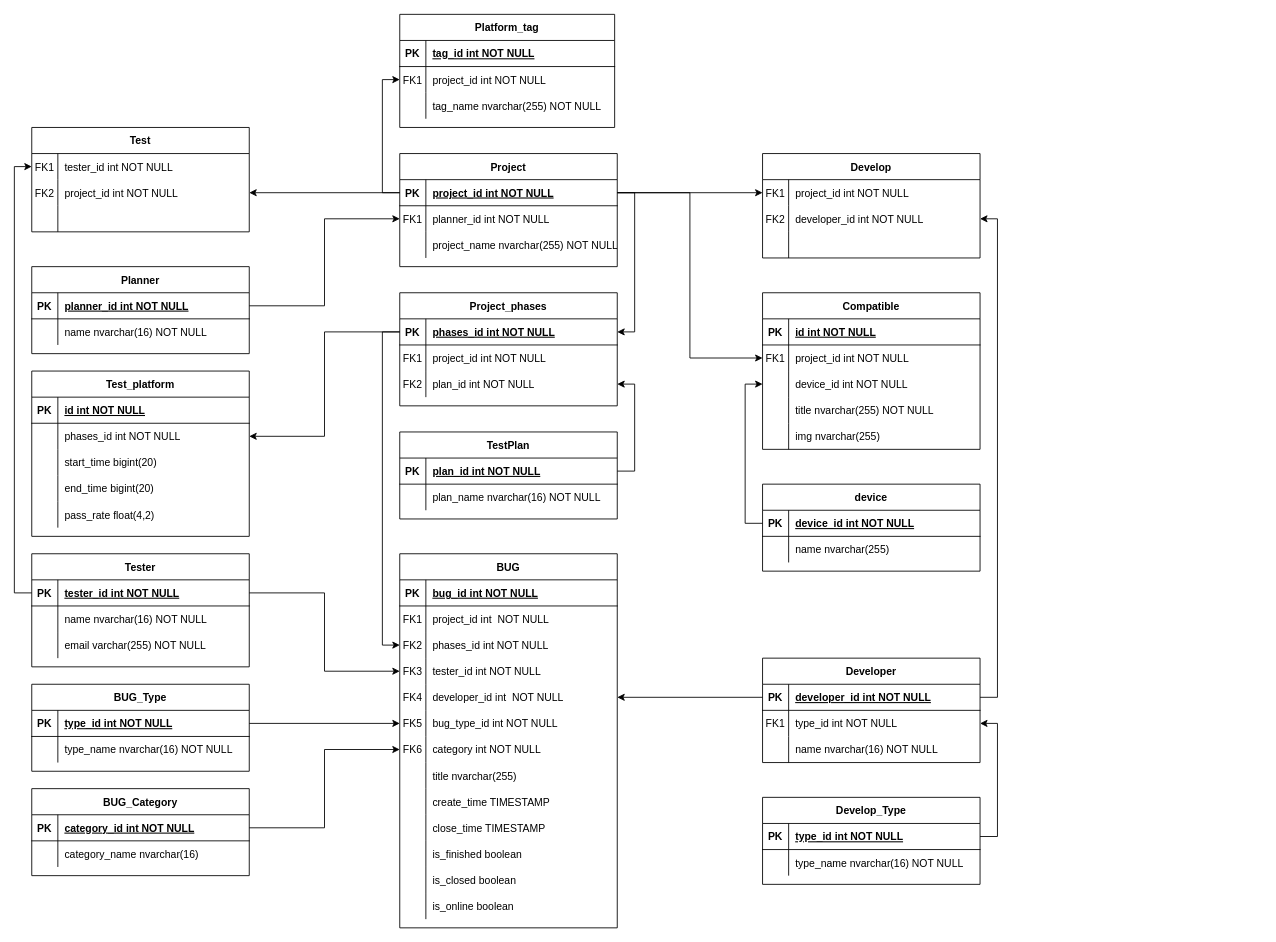
Before: page "v3" (3 of 4) of doc/Sheet.drawio in NaoOtosaka/StatisticForTester, a draw.io diagram. Source tidied: cells renumbered, new cells numbered last; positions are measured from the earlier drawing's top-left corner, leaving out a move shared by most shapes. Both pictures are drawn from the tidied source at 87%, with x=0, y=0 at pixel (31, 14).
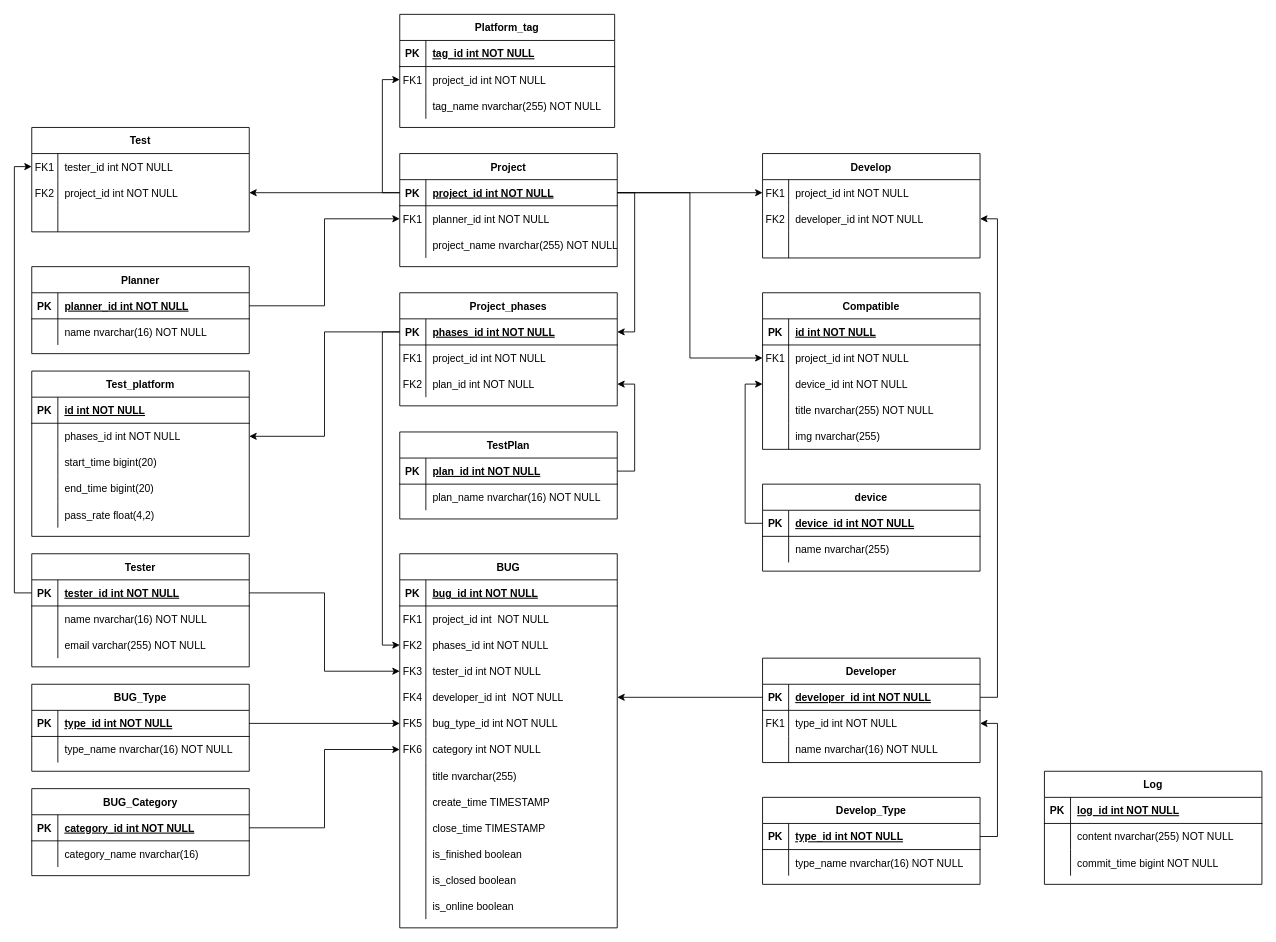
The same diagram, later.

Diff of the diagram source:
```diff
@@
+    <mxCell id="203" value="Log" style="shape=table;startSize=30;childLayout=tableLayout;rowLines=0;fontStyle=1;align=center;" parent="1" vertex="1">
+      <mxGeometry x="1164" y="870" width="250" height="130" as="geometry" />
+    </mxCell>
+    <mxCell id="204" style="shape=partialRectangle;fillColor=none;top=0;left=0;right=0;bottom=1;" parent="203" vertex="1">
+      <mxGeometry y="30" width="250" height="30" as="geometry" />
+    </mxCell>
+    <mxCell id="205" value="PK" style="shape=partialRectangle;overflow=hidden;fillColor=none;top=0;left=0;bottom=0;right=0;fontStyle=1;" parent="204" vertex="1">
+      <mxGeometry width="30" height="30" as="geometry" />
+    </mxCell>
+    <mxCell id="206" value="log_id int NOT NULL " style="shape=partialRectangle;overflow=hidden;fillColor=none;top=0;left=0;bottom=0;right=0;align=left;spacingLeft=6;fontStyle=5;" parent="204" vertex="1">
+      <mxGeometry x="30" width="220" height="30" as="geometry" />
+    </mxCell>
+    <mxCell id="207" style="shape=partialRectangle;fillColor=none;top=0;left=0;right=0;bottom=0;" parent="203" vertex="1">
+      <mxGeometry y="60" width="250" height="30" as="geometry" />
+    </mxCell>
+    <mxCell id="208" style="shape=partialRectangle;overflow=hidden;fillColor=none;top=0;left=0;bottom=0;right=0;" parent="207" vertex="1">
+      <mxGeometry width="30" height="30" as="geometry" />
+    </mxCell>
+    <mxCell id="209" value="content nvarchar(255) NOT NULL" style="shape=partialRectangle;overflow=hidden;fillColor=none;top=0;left=0;bottom=0;right=0;align=left;spacingLeft=6;" parent="207" vertex="1">
+      <mxGeometry x="30" width="220" height="30" as="geometry" />
+    </mxCell>
+    <mxCell id="210" style="shape=partialRectangle;fillColor=none;top=0;left=0;right=0;bottom=0;" parent="203" vertex="1">
+      <mxGeometry y="90" width="250" height="30" as="geometry" />
+    </mxCell>
+    <mxCell id="211" style="shape=partialRectangle;overflow=hidden;fillColor=none;top=0;left=0;bottom=0;right=0;" parent="210" vertex="1">
+      <mxGeometry width="30" height="30" as="geometry" />
+    </mxCell>
+    <mxCell id="212" value="commit_time bigint NOT NULL" style="shape=partialRectangle;overflow=hidden;fillColor=none;top=0;left=0;bottom=0;right=0;align=left;spacingLeft=6;" parent="210" vertex="1">
+      <mxGeometry x="30" width="220" height="30" as="geometry" />
+    </mxCell>
```
